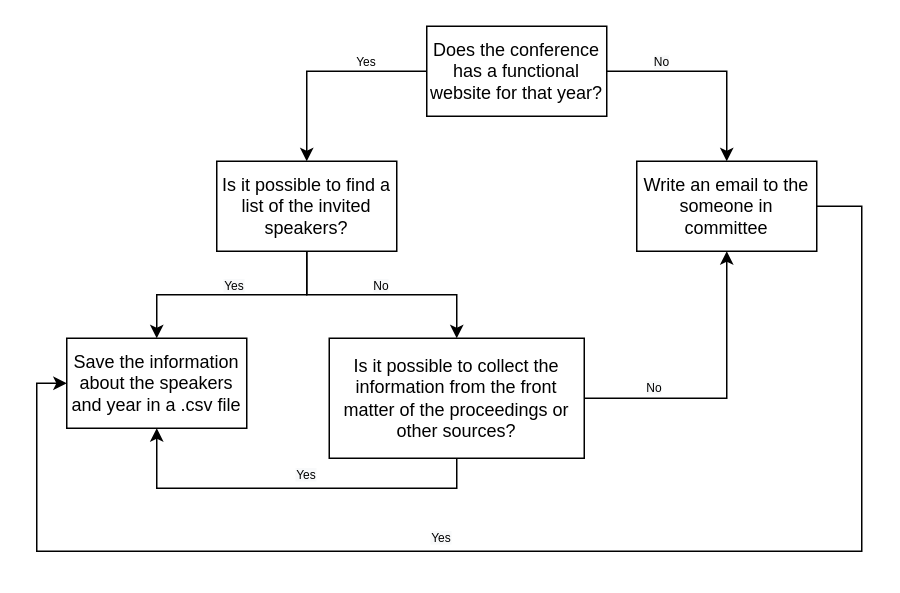
Earlier version of the draw.io diagram Untitled Diagram.drawio (mariespedersen/Thesis_github). Source tidied: cells renumbered, new cells numbered last; positions are measured from the earlier drawing's top-left corner, leaving out a move shared by most shapes. Both pictures are drawn from the tidied source at 150%, with x=0, y=0 at pixel (36, 26).
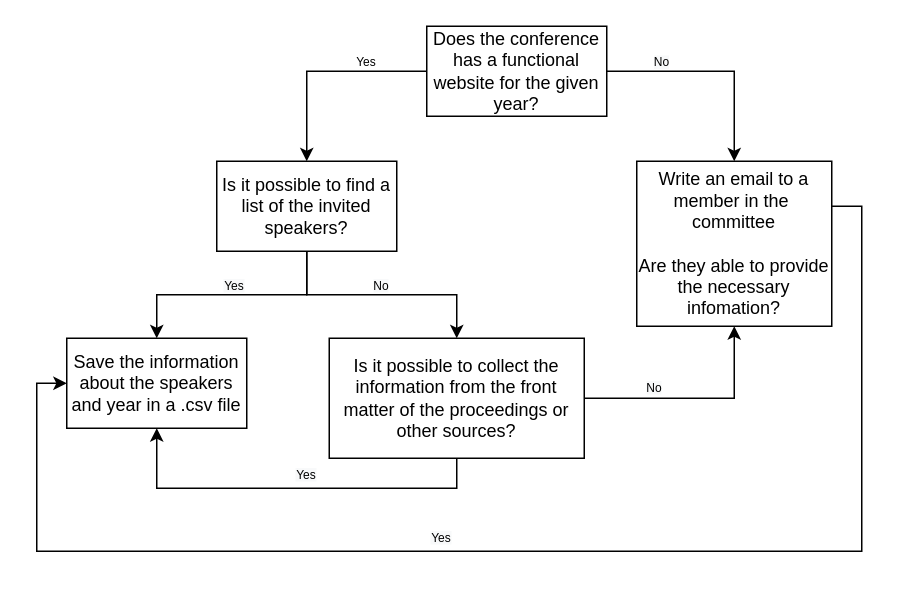
The same diagram, later.

The edit, as a diff of the source:
```diff
@@
-    <mxCell id="7" value="&lt;span&gt;Does the conference has a functional website for that year?&lt;/span&gt;" style="rounded=0;whiteSpace=wrap;html=1;" parent="1" vertex="1">
+    <mxCell id="7" value="&lt;span&gt;Does the conference has a functional website for the given year?&lt;/span&gt;" style="rounded=0;whiteSpace=wrap;html=1;" parent="1" vertex="1">
       <mxGeometry x="260" width="120" height="60" as="geometry" />
     </mxCell>
@@
-    <mxCell id="9" value="Write an email to the someone in committee" style="rounded=0;whiteSpace=wrap;html=1;" parent="1" vertex="1">
-      <mxGeometry x="400" y="90" width="120" height="60" as="geometry" />
+    <mxCell id="9" value="Write an email to a member in the&amp;nbsp; committee&lt;br&gt;&lt;br&gt;Are they able to provide the necessary infomation?" style="rounded=0;whiteSpace=wrap;html=1;" parent="1" vertex="1">
+      <mxGeometry x="400" y="90" width="130" height="110" as="geometry" />
     </mxCell>
```
